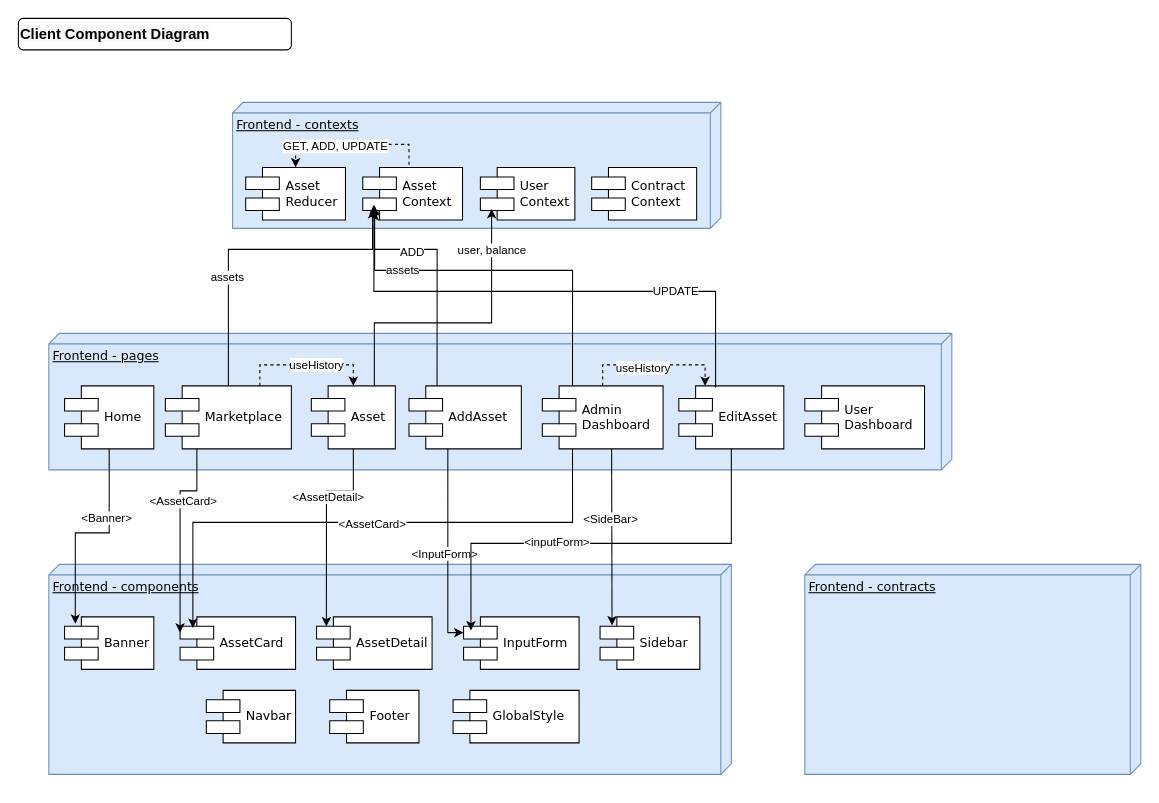
This is page "Client Detail" (2 of 3) of documentations/ReToken-Component-Diagram.drawio from ReToken-Co/retoken-app, a draw.io file, before an edit. Source tidied: cells renumbered, new cells numbered last; positions are measured from the earlier drawing's top-left corner, leaving out a move shared by most shapes. Both pictures are drawn from the tidied source at 105%, with x=0, y=0 at pixel (18, 18).
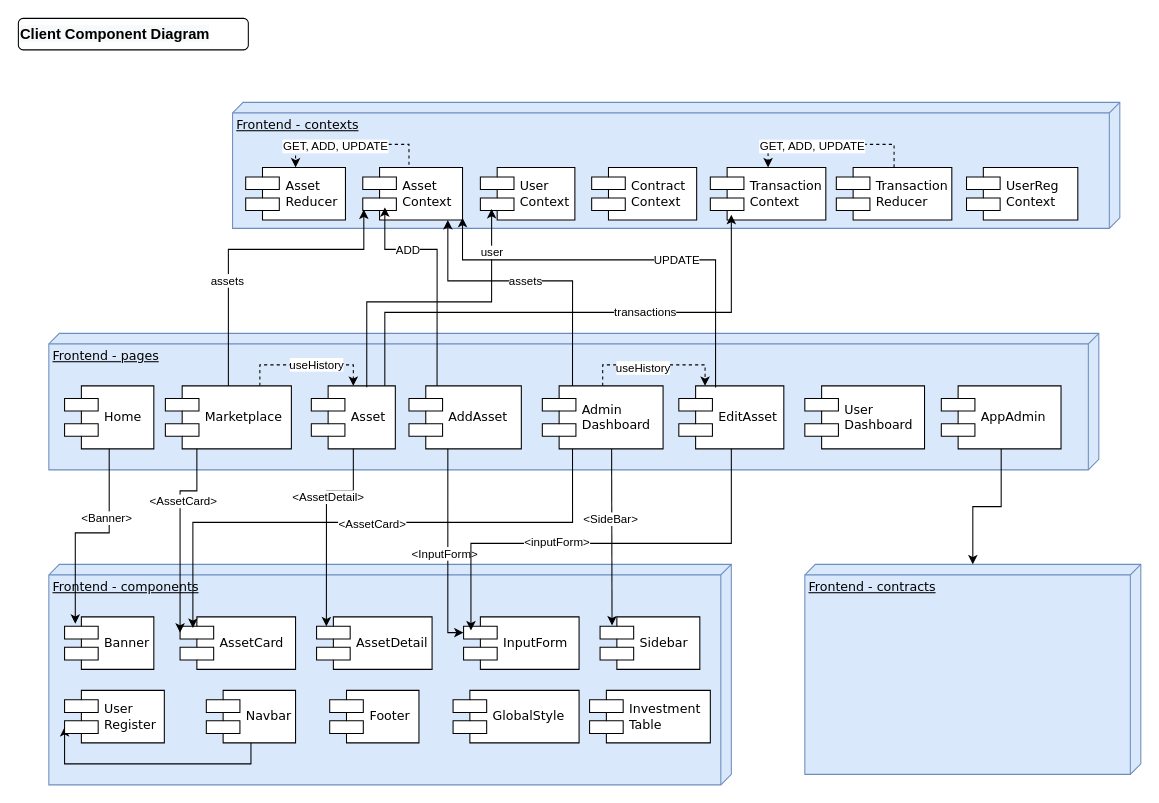
After the change.

The change refers to these unchanged cells:
```xml
<mxCell id="6" value="Admin&lt;br&gt;Dashboard" style="shape=component;align=left;spacingLeft=36;rounded=0;shadow=0;comic=0;labelBackgroundColor=none;strokeWidth=1;fontFamily=Verdana;fontSize=12;html=1;" parent="1" vertex="1">
  <mxGeometry x="499" y="350" width="115" height="60" as="geometry" />
</mxCell>
<mxCell id="8" value="Asset" style="shape=component;align=left;spacingLeft=36;rounded=0;shadow=0;comic=0;labelBackgroundColor=none;strokeWidth=1;fontFamily=Verdana;fontSize=12;html=1;" parent="1" vertex="1">
  <mxGeometry x="279" y="350" width="80" height="60" as="geometry" />
</mxCell>
<mxCell id="9" value="EditAsset" style="shape=component;align=left;spacingLeft=36;rounded=0;shadow=0;comic=0;labelBackgroundColor=none;strokeWidth=1;fontFamily=Verdana;fontSize=12;html=1;" parent="1" vertex="1">
  <mxGeometry x="629" y="350" width="100" height="60" as="geometry" />
</mxCell>
<mxCell id="10" value="AddAsset" style="shape=component;align=left;spacingLeft=36;rounded=0;shadow=0;comic=0;labelBackgroundColor=none;strokeWidth=1;fontFamily=Verdana;fontSize=12;html=1;" parent="1" vertex="1">
  <mxGeometry x="372" y="350" width="107" height="60" as="geometry" />
</mxCell>
<mxCell id="13" value="Marketplace" style="shape=component;align=left;spacingLeft=36;rounded=0;shadow=0;comic=0;labelBackgroundColor=none;strokeWidth=1;fontFamily=Verdana;fontSize=12;html=1;" parent="1" vertex="1">
  <mxGeometry x="140" y="350" width="120" height="60" as="geometry" />
</mxCell>
<mxCell id="16" value="Frontend - contracts" style="verticalAlign=top;align=left;spacingTop=8;spacingLeft=2;spacingRight=12;shape=cube;size=10;direction=south;fontStyle=4;html=1;rounded=0;shadow=0;comic=0;labelBackgroundColor=none;strokeWidth=1;fontFamily=Verdana;fontSize=12;fillColor=#dae8fc;strokeColor=#6c8ebf;" parent="1" vertex="1">
  <mxGeometry x="749" y="520" width="320" height="200" as="geometry" />
</mxCell>
<mxCell id="18" value="Navbar" style="shape=component;align=left;spacingLeft=36;rounded=0;shadow=0;comic=0;labelBackgroundColor=none;strokeWidth=1;fontFamily=Verdana;fontSize=12;html=1;" parent="1" vertex="1">
  <mxGeometry x="179" y="640" width="85" height="50" as="geometry" />
</mxCell>
<mxCell id="19" value="Asset&lt;br&gt;Context" style="shape=component;align=left;spacingLeft=36;rounded=0;shadow=0;comic=0;labelBackgroundColor=none;strokeWidth=1;fontFamily=Verdana;fontSize=12;html=1;" parent="1" vertex="1">
  <mxGeometry x="328" y="142" width="95" height="50" as="geometry" />
</mxCell>
<mxCell id="21" value="User&lt;br&gt;Context" style="shape=component;align=left;spacingLeft=36;rounded=0;shadow=0;comic=0;labelBackgroundColor=none;strokeWidth=1;fontFamily=Verdana;fontSize=12;html=1;" parent="1" vertex="1">
  <mxGeometry x="440" y="142" width="90" height="50" as="geometry" />
</mxCell>
```

Diff of the diagram source:
```diff
@@
     <mxCell id="2" value="Frontend - pages" style="verticalAlign=top;align=left;spacingTop=8;spacingLeft=2;spacingRight=12;shape=cube;size=10;direction=south;fontStyle=4;html=1;rounded=0;shadow=0;comic=0;labelBackgroundColor=none;strokeWidth=1;fontFamily=Verdana;fontSize=12;fillColor=#dae8fc;strokeColor=#6c8ebf;" parent="1" vertex="1">
-      <mxGeometry x="29" y="300" width="860" height="130" as="geometry" />
+      <mxGeometry x="29" y="300" width="1000" height="130" as="geometry" />
     </mxCell>
@@
     <mxCell id="14" value="Frontend - components" style="verticalAlign=top;align=left;spacingTop=8;spacingLeft=2;spacingRight=12;shape=cube;size=10;direction=south;fontStyle=4;html=1;rounded=0;shadow=0;comic=0;labelBackgroundColor=none;strokeWidth=1;fontFamily=Verdana;fontSize=12;fillColor=#dae8fc;strokeColor=#6c8ebf;" parent="1" vertex="1">
-      <mxGeometry x="29" y="520" width="650" height="200" as="geometry" />
+      <mxGeometry x="29" y="520" width="650" height="210" as="geometry" />
     </mxCell>
     <mxCell id="15" value="Frontend - contexts" style="verticalAlign=top;align=left;spacingTop=8;spacingLeft=2;spacingRight=12;shape=cube;size=10;direction=south;fontStyle=4;html=1;rounded=0;shadow=0;comic=0;labelBackgroundColor=none;strokeWidth=1;fontFamily=Verdana;fontSize=12;fillColor=#dae8fc;strokeColor=#6c8ebf;" parent="1" vertex="1">
-      <mxGeometry x="204" y="80" width="465" height="120" as="geometry" />
+      <mxGeometry x="204" y="80" width="845" height="120" as="geometry" />
     </mxCell>
@@
     <mxCell id="17" value="&lt;span style=&quot;color: rgb(0 , 0 , 0) ; font-family: &amp;#34;helvetica&amp;#34; ; font-size: 14px ; font-style: normal ; font-weight: 700 ; letter-spacing: normal ; text-align: center ; text-indent: 0px ; text-transform: none ; word-spacing: 0px ; background-color: rgb(248 , 249 , 250) ; display: inline ; float: none&quot;&gt;Client Component Diagram&lt;/span&gt;" style="text;whiteSpace=wrap;html=1;fontSize=11;rounded=1;glass=1;strokeColor=#000000;" parent="1" vertex="1">
-      <mxGeometry width="260" height="30" as="geometry" />
+      <mxGeometry width="219" height="30" as="geometry" />
     </mxCell>
+    <mxCell id="56" style="edgeStyle=orthogonalEdgeStyle;rounded=0;jettySize=auto;html=1;entryX=0;entryY=0.7;entryDx=0;entryDy=0;exitX=0.5;exitY=1;exitDx=0;exitDy=0;" parent="1" edge="1" source="18" target="62">
+      <mxGeometry relative="1" as="geometry">
+        <Array as="points">
+          <mxPoint x="222" y="710" />
+          <mxPoint x="44" y="710" />
+        </Array>
+      </mxGeometry>
+    </mxCell>
@@
-    <mxCell id="46" style="edgeStyle=orthogonalEdgeStyle;rounded=0;jettySize=auto;html=1;fontSize=11;entryX=0.098;entryY=0.79;entryDx=0;entryDy=0;entryPerimeter=0;" parent="1" edge="1" source="13" target="19">
+    <mxCell id="46" style="edgeStyle=orthogonalEdgeStyle;rounded=0;jettySize=auto;html=1;fontSize=11;" parent="1" edge="1" source="13">
       <mxGeometry relative="1" as="geometry">
+        <mxPoint x="329" y="182" as="targetPoint" />
         <Array as="points">
           <mxPoint x="200" y="220" />
-          <mxPoint x="337" y="220" />
+          <mxPoint x="329" y="220" />
+          <mxPoint x="329" y="182" />
         </Array>
       </mxGeometry>
     </mxCell>
@@
-    <mxCell id="48" style="edgeStyle=orthogonalEdgeStyle;rounded=0;jettySize=auto;html=1;fontSize=11;entryX=0.119;entryY=0.79;entryDx=0;entryDy=0;entryPerimeter=0;exitX=0.75;exitY=0;exitDx=0;exitDy=0;" parent="1" edge="1" source="8" target="21">
+    <mxCell id="48" style="edgeStyle=orthogonalEdgeStyle;rounded=0;jettySize=auto;html=1;fontSize=11;entryX=0.119;entryY=0.79;entryDx=0;entryDy=0;entryPerimeter=0;exitX=0.66;exitY=0.023;exitDx=0;exitDy=0;exitPerimeter=0;" parent="1" edge="1" source="8" target="21">
       <mxGeometry relative="1" as="geometry">
         <Array as="points">
-          <mxPoint x="339" y="290" />
-          <mxPoint x="451" y="290" />
+          <mxPoint x="332" y="270" />
+          <mxPoint x="451" y="270" />
         </Array>
       </mxGeometry>
     </mxCell>
-    <mxCell id="49" value="user, balance" style="edgeLabel;html=1;align=center;verticalAlign=middle;fontSize=11;" parent="48" vertex="1">
+    <mxCell id="49" value="user" style="edgeLabel;html=1;align=center;verticalAlign=middle;fontSize=11;" parent="48" vertex="1">
       <mxGeometry x="0.72" relative="1" as="geometry" />
     </mxCell>
-    <mxCell id="50" style="edgeStyle=orthogonalEdgeStyle;rounded=0;jettySize=auto;html=1;fontSize=11;entryX=0.07;entryY=0.923;entryDx=0;entryDy=0;entryPerimeter=0;exitX=0.25;exitY=0;exitDx=0;exitDy=0;" parent="1" edge="1" source="10" target="19">
+    <mxCell id="50" style="edgeStyle=orthogonalEdgeStyle;rounded=0;jettySize=auto;html=1;fontSize=11;exitX=0.25;exitY=0;exitDx=0;exitDy=0;" parent="1" edge="1" source="10">
       <mxGeometry relative="1" as="geometry">
+        <mxPoint x="349" y="180" as="targetPoint" />
         <Array as="points">
           <mxPoint x="399" y="220" />
-          <mxPoint x="339" y="220" />
-          <mxPoint x="339" y="188" />
+          <mxPoint x="349" y="220" />
         </Array>
       </mxGeometry>
     </mxCell>
     <mxCell id="51" value="ADD" style="edgeLabel;html=1;align=center;verticalAlign=middle;fontSize=11;" parent="50" vertex="1">
-      <mxGeometry x="0.36" y="2" relative="1" as="geometry" />
+      <mxGeometry x="0.36" y="2" relative="1" as="geometry">
+        <mxPoint x="-9.8" y="-2" as="offset" />
+      </mxGeometry>
     </mxCell>
-    <mxCell id="52" style="edgeStyle=orthogonalEdgeStyle;rounded=0;jettySize=auto;html=1;fontSize=11;entryX=0.119;entryY=0.737;entryDx=0;entryDy=0;entryPerimeter=0;exitX=0.25;exitY=0;exitDx=0;exitDy=0;" parent="1" edge="1" source="6" target="19">
+    <mxCell id="52" style="edgeStyle=orthogonalEdgeStyle;rounded=0;jettySize=auto;html=1;fontSize=11;entryX=0.853;entryY=1;entryDx=0;entryDy=0;exitX=0.25;exitY=0;exitDx=0;exitDy=0;entryPerimeter=0;" parent="1" edge="1" source="6" target="19">
       <mxGeometry relative="1" as="geometry">
         <Array as="points">
-          <mxPoint x="528" y="240" />
-          <mxPoint x="339" y="240" />
+          <mxPoint x="528" y="250" />
+          <mxPoint x="409" y="250" />
         </Array>
       </mxGeometry>
     </mxCell>
     <mxCell id="53" value="assets" style="edgeLabel;html=1;align=center;verticalAlign=middle;fontSize=11;" parent="52" vertex="1">
-      <mxGeometry x="0.51" y="-1" relative="1" as="geometry" />
+      <mxGeometry x="0.51" y="-1" relative="1" as="geometry">
+        <mxPoint x="63.2" as="offset" />
+      </mxGeometry>
     </mxCell>
-    <mxCell id="54" style="edgeStyle=orthogonalEdgeStyle;rounded=0;jettySize=auto;html=1;fontSize=11;exitX=0.35;exitY=0.025;exitDx=0;exitDy=0;entryX=0.112;entryY=0.71;entryDx=0;entryDy=0;entryPerimeter=0;exitPerimeter=0;" parent="1" edge="1" source="9" target="19">
+    <mxCell id="54" style="edgeStyle=orthogonalEdgeStyle;rounded=0;jettySize=auto;html=1;fontSize=11;exitX=0.35;exitY=0.025;exitDx=0;exitDy=0;exitPerimeter=0;" parent="1" edge="1" source="9">
       <mxGeometry relative="1" as="geometry">
+        <mxPoint x="423" y="190" as="targetPoint" />
         <Array as="points">
-          <mxPoint x="664" y="260" />
-          <mxPoint x="339" y="260" />
+          <mxPoint x="664" y="230" />
+          <mxPoint x="423" y="230" />
         </Array>
       </mxGeometry>
     </mxCell>
     <mxCell id="55" value="UPDATE" style="edgeLabel;html=1;align=center;verticalAlign=middle;fontSize=11;" parent="54" vertex="1">
-      <mxGeometry x="-0.48" y="-1" relative="1" as="geometry" />
+      <mxGeometry x="-0.48" y="-1" relative="1" as="geometry">
+        <mxPoint x="-38.5" y="-17.5" as="offset" />
+      </mxGeometry>
     </mxCell>
+    <mxCell id="57" style="edgeStyle=orthogonalEdgeStyle;rounded=0;jettySize=auto;html=1;" parent="1" edge="1" source="58" target="16">
+      <mxGeometry relative="1" as="geometry" />
+    </mxCell>
+    <mxCell id="58" value="AppAdmin" style="shape=component;align=left;spacingLeft=36;rounded=0;shadow=0;comic=0;labelBackgroundColor=none;strokeWidth=1;fontFamily=Verdana;fontSize=12;html=1;" parent="1" vertex="1">
+      <mxGeometry x="879" y="350" width="114" height="60" as="geometry" />
+    </mxCell>
+    <mxCell id="59" value="Transaction&lt;br&gt;Context" style="shape=component;align=left;spacingLeft=36;rounded=0;shadow=0;comic=0;labelBackgroundColor=none;strokeWidth=1;fontFamily=Verdana;fontSize=12;html=1;" parent="1" vertex="1">
+      <mxGeometry x="659" y="142" width="110" height="50" as="geometry" />
+    </mxCell>
+    <mxCell id="60" value="Transaction&lt;br&gt;Reducer" style="shape=component;align=left;spacingLeft=36;rounded=0;shadow=0;comic=0;labelBackgroundColor=none;strokeWidth=1;fontFamily=Verdana;fontSize=12;html=1;" parent="1" vertex="1">
+      <mxGeometry x="779" y="142" width="110" height="50" as="geometry" />
+    </mxCell>
+    <mxCell id="61" value="Investment&lt;br&gt;Table" style="shape=component;align=left;spacingLeft=36;rounded=0;shadow=0;comic=0;labelBackgroundColor=none;strokeWidth=1;fontFamily=Verdana;fontSize=12;html=1;" parent="1" vertex="1">
+      <mxGeometry x="544" y="640" width="115" height="50" as="geometry" />
+    </mxCell>
+    <mxCell id="62" value="User&lt;br&gt;Register" style="shape=component;align=left;spacingLeft=36;rounded=0;shadow=0;comic=0;labelBackgroundColor=none;strokeWidth=1;fontFamily=Verdana;fontSize=12;html=1;" parent="1" vertex="1">
+      <mxGeometry x="44" y="640" width="95" height="50" as="geometry" />
+    </mxCell>
+    <mxCell id="63" value="UserReg&lt;br&gt;Context" style="shape=component;align=left;spacingLeft=36;rounded=0;shadow=0;comic=0;labelBackgroundColor=none;strokeWidth=1;fontFamily=Verdana;fontSize=12;html=1;" parent="1" vertex="1">
+      <mxGeometry x="903" y="142" width="106" height="50" as="geometry" />
+    </mxCell>
+    <mxCell id="64" style="edgeStyle=orthogonalEdgeStyle;rounded=0;jettySize=auto;html=1;dashed=1;fontSize=11;entryX=0.5;entryY=0;entryDx=0;entryDy=0;exitX=0.5;exitY=0;exitDx=0;exitDy=0;" parent="1" edge="1" source="60" target="59">
+      <mxGeometry relative="1" as="geometry">
+        <Array as="points">
+          <mxPoint x="834" y="120" />
+          <mxPoint x="714" y="120" />
+        </Array>
+      </mxGeometry>
+    </mxCell>
+    <mxCell id="65" value="GET, ADD, UPDATE" style="edgeLabel;html=1;align=center;verticalAlign=middle;fontSize=11;" parent="64" vertex="1">
+      <mxGeometry x="0.23" y="1" relative="1" as="geometry" />
+    </mxCell>
+    <mxCell id="66" style="edgeStyle=orthogonalEdgeStyle;rounded=0;orthogonalLoop=1;jettySize=auto;html=1;fontSize=11;" parent="1" edge="1">
+      <mxGeometry relative="1" as="geometry">
+        <mxPoint x="349" y="350" as="sourcePoint" />
+        <mxPoint x="679" y="187" as="targetPoint" />
+        <Array as="points">
+          <mxPoint x="349" y="280" />
+          <mxPoint x="679" y="280" />
+          <mxPoint x="679" y="187" />
+        </Array>
+      </mxGeometry>
+    </mxCell>
+    <mxCell id="67" value="transactions" style="edgeLabel;html=1;align=center;verticalAlign=middle;fontSize=11;" parent="66" vertex="1">
+      <mxGeometry x="0.72" relative="1" as="geometry">
+        <mxPoint x="-83" y="23" as="offset" />
+      </mxGeometry>
+    </mxCell>
```
